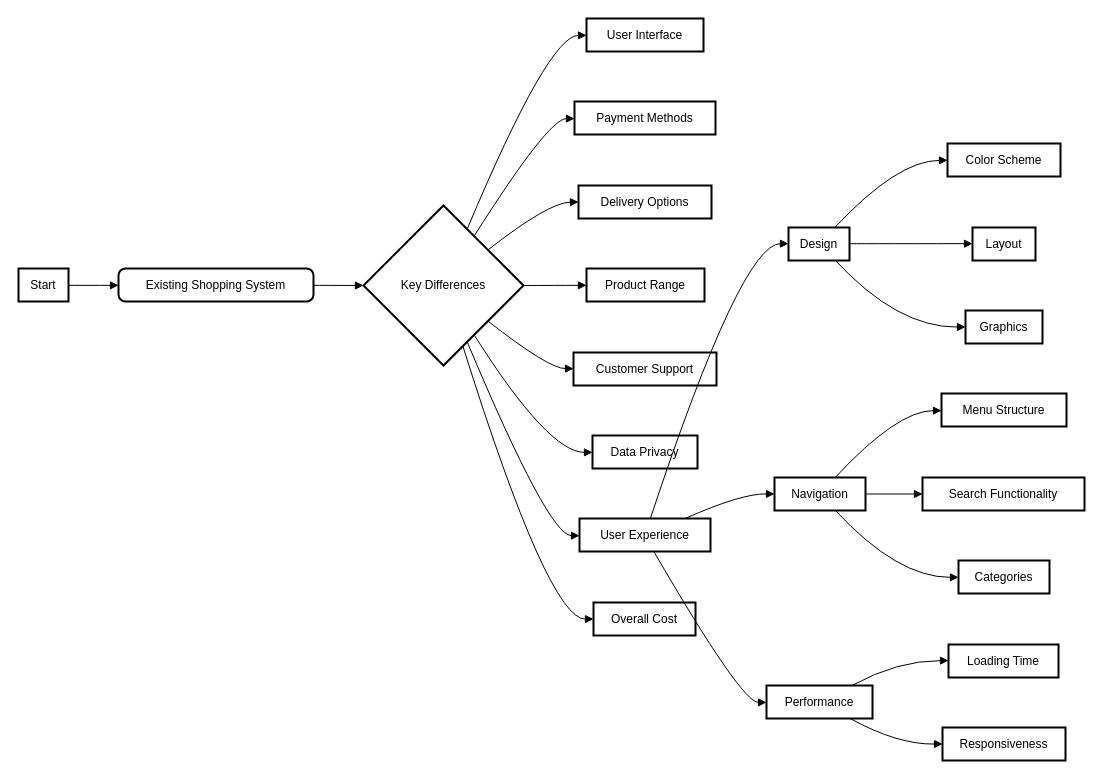
Earlier version of the draw.io diagram Untitled Diagram.drawio (KanishkJagya1/Text-Editor). Source tidied: cells renumbered, new cells numbered last; positions are measured from the earlier drawing's top-left corner, leaving out a move shared by most shapes. Both pictures are drawn from the tidied source at 100%, with x=0, y=0 at pixel (18, 18).
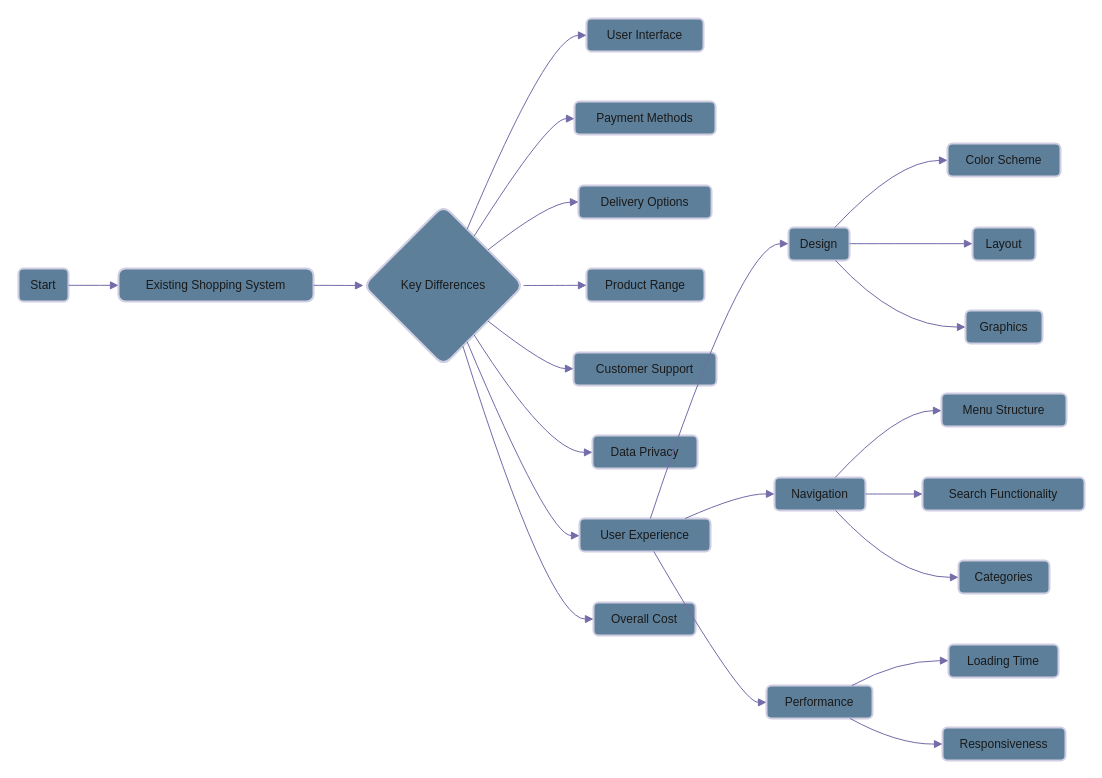
After the change.

Diff of the diagram source:
```diff
@@
-    <mxCell id="2" value="Start" style="whiteSpace=wrap;strokeWidth=2;" parent="1" vertex="1">
+    <mxCell id="2" value="Start" style="whiteSpace=wrap;strokeWidth=2;labelBackgroundColor=none;fillColor=#5D7F99;strokeColor=#D0CEE2;fontColor=#1A1A1A;rounded=1;" parent="1" vertex="1">
       <mxGeometry y="250" width="50" height="33" as="geometry" />
     </mxCell>
-    <mxCell id="3" value="Existing Shopping System" style="rounded=1;absoluteArcSize=1;arcSize=14;whiteSpace=wrap;strokeWidth=2;" parent="1" vertex="1">
+    <mxCell id="3" value="Existing Shopping System" style="rounded=1;absoluteArcSize=1;arcSize=14;whiteSpace=wrap;strokeWidth=2;labelBackgroundColor=none;fillColor=#5D7F99;strokeColor=#D0CEE2;fontColor=#1A1A1A;" parent="1" vertex="1">
       <mxGeometry x="100" y="250" width="195" height="33" as="geometry" />
     </mxCell>
-    <mxCell id="4" value="Key Differences" style="rhombus;strokeWidth=2;whiteSpace=wrap;" parent="1" vertex="1">
+    <mxCell id="4" value="Key Differences" style="rhombus;strokeWidth=2;whiteSpace=wrap;labelBackgroundColor=none;fillColor=#5D7F99;strokeColor=#D0CEE2;fontColor=#1A1A1A;rounded=1;" parent="1" vertex="1">
       <mxGeometry x="345" y="187" width="160" height="160" as="geometry" />
     </mxCell>
-    <mxCell id="5" value="User Interface" style="whiteSpace=wrap;strokeWidth=2;" parent="1" vertex="1">
+    <mxCell id="5" value="User Interface" style="whiteSpace=wrap;strokeWidth=2;labelBackgroundColor=none;fillColor=#5D7F99;strokeColor=#D0CEE2;fontColor=#1A1A1A;rounded=1;" parent="1" vertex="1">
       <mxGeometry x="568" width="117" height="33" as="geometry" />
     </mxCell>
-    <mxCell id="6" value="Payment Methods" style="whiteSpace=wrap;strokeWidth=2;" parent="1" vertex="1">
+    <mxCell id="6" value="Payment Methods" style="whiteSpace=wrap;strokeWidth=2;labelBackgroundColor=none;fillColor=#5D7F99;strokeColor=#D0CEE2;fontColor=#1A1A1A;rounded=1;" parent="1" vertex="1">
       <mxGeometry x="556" y="83" width="141" height="33" as="geometry" />
     </mxCell>
-    <mxCell id="7" value="Delivery Options" style="whiteSpace=wrap;strokeWidth=2;" parent="1" vertex="1">
+    <mxCell id="7" value="Delivery Options" style="whiteSpace=wrap;strokeWidth=2;labelBackgroundColor=none;fillColor=#5D7F99;strokeColor=#D0CEE2;fontColor=#1A1A1A;rounded=1;" parent="1" vertex="1">
       <mxGeometry x="560" y="167" width="133" height="33" as="geometry" />
     </mxCell>
-    <mxCell id="8" value="Product Range" style="whiteSpace=wrap;strokeWidth=2;" parent="1" vertex="1">
+    <mxCell id="8" value="Product Range" style="whiteSpace=wrap;strokeWidth=2;labelBackgroundColor=none;fillColor=#5D7F99;strokeColor=#D0CEE2;fontColor=#1A1A1A;rounded=1;" parent="1" vertex="1">
       <mxGeometry x="568" y="250" width="118" height="33" as="geometry" />
     </mxCell>
-    <mxCell id="9" value="Customer Support" style="whiteSpace=wrap;strokeWidth=2;" parent="1" vertex="1">
+    <mxCell id="9" value="Customer Support" style="whiteSpace=wrap;strokeWidth=2;labelBackgroundColor=none;fillColor=#5D7F99;strokeColor=#D0CEE2;fontColor=#1A1A1A;rounded=1;" parent="1" vertex="1">
       <mxGeometry x="555" y="334" width="143" height="33" as="geometry" />
     </mxCell>
-    <mxCell id="10" value="Data Privacy" style="whiteSpace=wrap;strokeWidth=2;" parent="1" vertex="1">
+    <mxCell id="10" value="Data Privacy" style="whiteSpace=wrap;strokeWidth=2;labelBackgroundColor=none;fillColor=#5D7F99;strokeColor=#D0CEE2;fontColor=#1A1A1A;rounded=1;" parent="1" vertex="1">
       <mxGeometry x="574" y="417" width="105" height="33" as="geometry" />
     </mxCell>
-    <mxCell id="11" value="User Experience" style="whiteSpace=wrap;strokeWidth=2;" parent="1" vertex="1">
+    <mxCell id="11" value="User Experience" style="whiteSpace=wrap;strokeWidth=2;labelBackgroundColor=none;fillColor=#5D7F99;strokeColor=#D0CEE2;fontColor=#1A1A1A;rounded=1;" parent="1" vertex="1">
       <mxGeometry x="561" y="500" width="131" height="33" as="geometry" />
     </mxCell>
-    <mxCell id="12" value="Overall Cost" style="whiteSpace=wrap;strokeWidth=2;" parent="1" vertex="1">
+    <mxCell id="12" value="Overall Cost" style="whiteSpace=wrap;strokeWidth=2;labelBackgroundColor=none;fillColor=#5D7F99;strokeColor=#D0CEE2;fontColor=#1A1A1A;rounded=1;" parent="1" vertex="1">
       <mxGeometry x="575" y="584" width="102" height="33" as="geometry" />
     </mxCell>
-    <mxCell id="13" value="Design" style="whiteSpace=wrap;strokeWidth=2;" parent="1" vertex="1">
+    <mxCell id="13" value="Design" style="whiteSpace=wrap;strokeWidth=2;labelBackgroundColor=none;fillColor=#5D7F99;strokeColor=#D0CEE2;fontColor=#1A1A1A;rounded=1;" parent="1" vertex="1">
       <mxGeometry x="770" y="209" width="61" height="33" as="geometry" />
     </mxCell>
-    <mxCell id="14" value="Navigation" style="whiteSpace=wrap;strokeWidth=2;" parent="1" vertex="1">
+    <mxCell id="14" value="Navigation" style="whiteSpace=wrap;strokeWidth=2;labelBackgroundColor=none;fillColor=#5D7F99;strokeColor=#D0CEE2;fontColor=#1A1A1A;rounded=1;" parent="1" vertex="1">
       <mxGeometry x="756" y="459" width="91" height="33" as="geometry" />
     </mxCell>
-    <mxCell id="15" value="Performance" style="whiteSpace=wrap;strokeWidth=2;" parent="1" vertex="1">
+    <mxCell id="15" value="Performance" style="whiteSpace=wrap;strokeWidth=2;labelBackgroundColor=none;fillColor=#5D7F99;strokeColor=#D0CEE2;fontColor=#1A1A1A;rounded=1;" parent="1" vertex="1">
       <mxGeometry x="748" y="667" width="106" height="33" as="geometry" />
     </mxCell>
-    <mxCell id="16" value="Color Scheme" style="whiteSpace=wrap;strokeWidth=2;" parent="1" vertex="1">
+    <mxCell id="16" value="Color Scheme" style="whiteSpace=wrap;strokeWidth=2;labelBackgroundColor=none;fillColor=#5D7F99;strokeColor=#D0CEE2;fontColor=#1A1A1A;rounded=1;" parent="1" vertex="1">
       <mxGeometry x="929" y="125" width="113" height="33" as="geometry" />
     </mxCell>
-    <mxCell id="17" value="Layout" style="whiteSpace=wrap;strokeWidth=2;" parent="1" vertex="1">
+    <mxCell id="17" value="Layout" style="whiteSpace=wrap;strokeWidth=2;labelBackgroundColor=none;fillColor=#5D7F99;strokeColor=#D0CEE2;fontColor=#1A1A1A;rounded=1;" parent="1" vertex="1">
       <mxGeometry x="954" y="209" width="63" height="33" as="geometry" />
     </mxCell>
-    <mxCell id="18" value="Graphics" style="whiteSpace=wrap;strokeWidth=2;" parent="1" vertex="1">
+    <mxCell id="18" value="Graphics" style="whiteSpace=wrap;strokeWidth=2;labelBackgroundColor=none;fillColor=#5D7F99;strokeColor=#D0CEE2;fontColor=#1A1A1A;rounded=1;" parent="1" vertex="1">
       <mxGeometry x="947" y="292" width="77" height="33" as="geometry" />
     </mxCell>
-    <mxCell id="19" value="Menu Structure" style="whiteSpace=wrap;strokeWidth=2;" parent="1" vertex="1">
+    <mxCell id="19" value="Menu Structure" style="whiteSpace=wrap;strokeWidth=2;labelBackgroundColor=none;fillColor=#5D7F99;strokeColor=#D0CEE2;fontColor=#1A1A1A;rounded=1;" parent="1" vertex="1">
       <mxGeometry x="923" y="375" width="125" height="33" as="geometry" />
     </mxCell>
-    <mxCell id="20" value="Search Functionality" style="whiteSpace=wrap;strokeWidth=2;" parent="1" vertex="1">
+    <mxCell id="20" value="Search Functionality" style="whiteSpace=wrap;strokeWidth=2;labelBackgroundColor=none;fillColor=#5D7F99;strokeColor=#D0CEE2;fontColor=#1A1A1A;rounded=1;" parent="1" vertex="1">
       <mxGeometry x="904" y="459" width="162" height="33" as="geometry" />
     </mxCell>
-    <mxCell id="21" value="Categories" style="whiteSpace=wrap;strokeWidth=2;" parent="1" vertex="1">
+    <mxCell id="21" value="Categories" style="whiteSpace=wrap;strokeWidth=2;labelBackgroundColor=none;fillColor=#5D7F99;strokeColor=#D0CEE2;fontColor=#1A1A1A;rounded=1;" parent="1" vertex="1">
       <mxGeometry x="940" y="542" width="91" height="33" as="geometry" />
     </mxCell>
-    <mxCell id="22" value="Loading Time" style="whiteSpace=wrap;strokeWidth=2;" parent="1" vertex="1">
+    <mxCell id="22" value="Loading Time" style="whiteSpace=wrap;strokeWidth=2;labelBackgroundColor=none;fillColor=#5D7F99;strokeColor=#D0CEE2;fontColor=#1A1A1A;rounded=1;" parent="1" vertex="1">
       <mxGeometry x="930" y="626" width="110" height="33" as="geometry" />
     </mxCell>
-    <mxCell id="23" value="Responsiveness" style="whiteSpace=wrap;strokeWidth=2;" parent="1" vertex="1">
+    <mxCell id="23" value="Responsiveness" style="whiteSpace=wrap;strokeWidth=2;labelBackgroundColor=none;fillColor=#5D7F99;strokeColor=#D0CEE2;fontColor=#1A1A1A;rounded=1;" parent="1" vertex="1">
       <mxGeometry x="924" y="709" width="123" height="33" as="geometry" />
     </mxCell>
-    <mxCell id="24" style="curved=1;startArrow=none;endArrow=block;exitX=1;exitY=0.51;entryX=0;entryY=0.51;" parent="1" edge="1" source="2" target="3">
+    <mxCell id="24" style="curved=1;startArrow=none;endArrow=block;exitX=1;exitY=0.51;entryX=0;entryY=0.51;labelBackgroundColor=none;strokeColor=#736CA8;fontColor=default;" parent="1" edge="1" source="2" target="3">
       <mxGeometry relative="1" as="geometry" />
     </mxCell>
-    <mxCell id="25" style="curved=1;startArrow=none;endArrow=block;exitX=1;exitY=0.51;entryX=0;entryY=0.5;" parent="1" edge="1" source="3" target="4">
+    <mxCell id="25" style="curved=1;startArrow=none;endArrow=block;exitX=1;exitY=0.51;entryX=0;entryY=0.5;labelBackgroundColor=none;strokeColor=#736CA8;fontColor=default;" parent="1" edge="1" source="3" target="4">
       <mxGeometry relative="1" as="geometry" />
     </mxCell>
-    <mxCell id="26" style="curved=1;startArrow=none;endArrow=block;exitX=0.71;exitY=0;entryX=0;entryY=0.51;" parent="1" edge="1" source="4" target="5">
+    <mxCell id="26" style="curved=1;startArrow=none;endArrow=block;exitX=0.71;exitY=0;entryX=0;entryY=0.51;labelBackgroundColor=none;strokeColor=#736CA8;fontColor=default;" parent="1" edge="1" source="4" target="5">
       <mxGeometry relative="1" as="geometry">
         <Array as="points">
           <mxPoint x="530" y="17" />
         </Array>
       </mxGeometry>
     </mxCell>
-    <mxCell id="27" style="curved=1;startArrow=none;endArrow=block;exitX=0.81;exitY=0;entryX=0;entryY=0.52;" parent="1" edge="1" source="4" target="6">
+    <mxCell id="27" style="curved=1;startArrow=none;endArrow=block;exitX=0.81;exitY=0;entryX=0;entryY=0.52;labelBackgroundColor=none;strokeColor=#736CA8;fontColor=default;" parent="1" edge="1" source="4" target="6">
       <mxGeometry relative="1" as="geometry">
         <Array as="points">
           <mxPoint x="530" y="100" />
         </Array>
       </mxGeometry>
     </mxCell>
-    <mxCell id="28" style="curved=1;startArrow=none;endArrow=block;exitX=1;exitY=0.1;entryX=0;entryY=0.5;" parent="1" edge="1" source="4" target="7">
+    <mxCell id="28" style="curved=1;startArrow=none;endArrow=block;exitX=1;exitY=0.1;entryX=0;entryY=0.5;labelBackgroundColor=none;strokeColor=#736CA8;fontColor=default;" parent="1" edge="1" source="4" target="7">
       <mxGeometry relative="1" as="geometry">
         <Array as="points">
           <mxPoint x="530" y="184" />
         </Array>
       </mxGeometry>
     </mxCell>
-    <mxCell id="29" style="curved=1;startArrow=none;endArrow=block;exitX=1;exitY=0.5;entryX=0;entryY=0.51;" parent="1" edge="1" source="4" target="8">
+    <mxCell id="29" style="curved=1;startArrow=none;endArrow=block;exitX=1;exitY=0.5;entryX=0;entryY=0.51;labelBackgroundColor=none;strokeColor=#736CA8;fontColor=default;" parent="1" edge="1" source="4" target="8">
       <mxGeometry relative="1" as="geometry" />
     </mxCell>
-    <mxCell id="30" style="curved=1;startArrow=none;endArrow=block;exitX=1;exitY=0.9;entryX=0;entryY=0.49;" parent="1" edge="1" source="4" target="9">
+    <mxCell id="30" style="curved=1;startArrow=none;endArrow=block;exitX=1;exitY=0.9;entryX=0;entryY=0.49;labelBackgroundColor=none;strokeColor=#736CA8;fontColor=default;" parent="1" edge="1" source="4" target="9">
       <mxGeometry relative="1" as="geometry">
         <Array as="points">
           <mxPoint x="530" y="350" />
         </Array>
       </mxGeometry>
     </mxCell>
-    <mxCell id="31" style="curved=1;startArrow=none;endArrow=block;exitX=0.81;exitY=1;entryX=0;entryY=0.51;" parent="1" edge="1" source="4" target="10">
+    <mxCell id="31" style="curved=1;startArrow=none;endArrow=block;exitX=0.81;exitY=1;entryX=0;entryY=0.51;labelBackgroundColor=none;strokeColor=#736CA8;fontColor=default;" parent="1" edge="1" source="4" target="10">
       <mxGeometry relative="1" as="geometry">
         <Array as="points">
           <mxPoint x="530" y="434" />
         </Array>
       </mxGeometry>
     </mxCell>
-    <mxCell id="32" style="curved=1;startArrow=none;endArrow=block;exitX=0.71;exitY=1;entryX=0;entryY=0.52;" parent="1" edge="1" source="4" target="11">
+    <mxCell id="32" style="curved=1;startArrow=none;endArrow=block;exitX=0.71;exitY=1;entryX=0;entryY=0.52;labelBackgroundColor=none;strokeColor=#736CA8;fontColor=default;" parent="1" edge="1" source="4" target="11">
       <mxGeometry relative="1" as="geometry">
         <Array as="points">
           <mxPoint x="530" y="517" />
         </Array>
       </mxGeometry>
     </mxCell>
-    <mxCell id="33" style="curved=1;startArrow=none;endArrow=block;exitX=0.66;exitY=1;entryX=0;entryY=0.5;" parent="1" edge="1" source="4" target="12">
+    <mxCell id="33" style="curved=1;startArrow=none;endArrow=block;exitX=0.66;exitY=1;entryX=0;entryY=0.5;labelBackgroundColor=none;strokeColor=#736CA8;fontColor=default;" parent="1" edge="1" source="4" target="12">
       <mxGeometry relative="1" as="geometry">
         <Array as="points">
           <mxPoint x="530" y="601" />
         </Array>
       </mxGeometry>
     </mxCell>
-    <mxCell id="34" style="curved=1;startArrow=none;endArrow=block;exitX=0.54;exitY=0.01;entryX=0.01;entryY=0.49;" parent="1" edge="1" source="11" target="13">
+    <mxCell id="34" style="curved=1;startArrow=none;endArrow=block;exitX=0.54;exitY=0.01;entryX=0.01;entryY=0.49;labelBackgroundColor=none;strokeColor=#736CA8;fontColor=default;" parent="1" edge="1" source="11" target="13">
       <mxGeometry relative="1" as="geometry">
         <Array as="points">
           <mxPoint x="723" y="225" />
         </Array>
       </mxGeometry>
     </mxCell>
-    <mxCell id="35" style="curved=1;startArrow=none;endArrow=block;exitX=0.8;exitY=0.01;entryX=0;entryY=0.5;" parent="1" edge="1" source="11" target="14">
+    <mxCell id="35" style="curved=1;startArrow=none;endArrow=block;exitX=0.8;exitY=0.01;entryX=0;entryY=0.5;labelBackgroundColor=none;strokeColor=#736CA8;fontColor=default;" parent="1" edge="1" source="11" target="14">
       <mxGeometry relative="1" as="geometry">
         <Array as="points">
           <mxPoint x="723" y="475" />
         </Array>
       </mxGeometry>
     </mxCell>
-    <mxCell id="36" style="curved=1;startArrow=none;endArrow=block;exitX=0.57;exitY=1.02;entryX=0;entryY=0.51;" parent="1" edge="1" source="11" target="15">
+    <mxCell id="36" style="curved=1;startArrow=none;endArrow=block;exitX=0.57;exitY=1.02;entryX=0;entryY=0.51;labelBackgroundColor=none;strokeColor=#736CA8;fontColor=default;" parent="1" edge="1" source="11" target="15">
       <mxGeometry relative="1" as="geometry">
         <Array as="points">
           <mxPoint x="723" y="684" />
         </Array>
       </mxGeometry>
     </mxCell>
-    <mxCell id="37" style="curved=1;startArrow=none;endArrow=block;exitX=0.77;exitY=-0.02;entryX=0;entryY=0.51;" parent="1" edge="1" source="13" target="16">
+    <mxCell id="37" style="curved=1;startArrow=none;endArrow=block;exitX=0.77;exitY=-0.02;entryX=0;entryY=0.51;labelBackgroundColor=none;strokeColor=#736CA8;fontColor=default;" parent="1" edge="1" source="13" target="16">
       <mxGeometry relative="1" as="geometry">
         <Array as="points">
           <mxPoint x="879" y="142" />
         </Array>
       </mxGeometry>
     </mxCell>
-    <mxCell id="38" style="curved=1;startArrow=none;endArrow=block;exitX=1.01;exitY=0.49;entryX=0;entryY=0.49;" parent="1" edge="1" source="13" target="17">
+    <mxCell id="38" style="curved=1;startArrow=none;endArrow=block;exitX=1.01;exitY=0.49;entryX=0;entryY=0.49;labelBackgroundColor=none;strokeColor=#736CA8;fontColor=default;" parent="1" edge="1" source="13" target="17">
       <mxGeometry relative="1" as="geometry" />
     </mxCell>
-    <mxCell id="39" style="curved=1;startArrow=none;endArrow=block;exitX=0.77;exitY=1;entryX=0;entryY=0.5;" parent="1" edge="1" source="13" target="18">
+    <mxCell id="39" style="curved=1;startArrow=none;endArrow=block;exitX=0.77;exitY=1;entryX=0;entryY=0.5;labelBackgroundColor=none;strokeColor=#736CA8;fontColor=default;" parent="1" edge="1" source="13" target="18">
       <mxGeometry relative="1" as="geometry">
         <Array as="points">
           <mxPoint x="879" y="309" />
         </Array>
       </mxGeometry>
     </mxCell>
-    <mxCell id="40" style="curved=1;startArrow=none;endArrow=block;exitX=0.67;exitY=-0.01;entryX=0;entryY=0.52;" parent="1" edge="1" source="14" target="19">
+    <mxCell id="40" style="curved=1;startArrow=none;endArrow=block;exitX=0.67;exitY=-0.01;entryX=0;entryY=0.52;labelBackgroundColor=none;strokeColor=#736CA8;fontColor=default;" parent="1" edge="1" source="14" target="19">
       <mxGeometry relative="1" as="geometry">
         <Array as="points">
           <mxPoint x="879" y="392" />
         </Array>
       </mxGeometry>
     </mxCell>
-    <mxCell id="41" style="curved=1;startArrow=none;endArrow=block;exitX=0.99;exitY=0.5;entryX=0;entryY=0.5;" parent="1" edge="1" source="14" target="20">
+    <mxCell id="41" style="curved=1;startArrow=none;endArrow=block;exitX=0.99;exitY=0.5;entryX=0;entryY=0.5;labelBackgroundColor=none;strokeColor=#736CA8;fontColor=default;" parent="1" edge="1" source="14" target="20">
       <mxGeometry relative="1" as="geometry" />
     </mxCell>
-    <mxCell id="42" style="curved=1;startArrow=none;endArrow=block;exitX=0.67;exitY=1;entryX=0;entryY=0.51;" parent="1" edge="1" source="14" target="21">
+    <mxCell id="42" style="curved=1;startArrow=none;endArrow=block;exitX=0.67;exitY=1;entryX=0;entryY=0.51;labelBackgroundColor=none;strokeColor=#736CA8;fontColor=default;" parent="1" edge="1" source="14" target="21">
       <mxGeometry relative="1" as="geometry">
         <Array as="points">
           <mxPoint x="879" y="559" />
         </Array>
       </mxGeometry>
     </mxCell>
-    <mxCell id="43" style="curved=1;startArrow=none;endArrow=block;exitX=0.8;exitY=0.01;entryX=0;entryY=0.49;" parent="1" edge="1" source="15" target="22">
+    <mxCell id="43" style="curved=1;startArrow=none;endArrow=block;exitX=0.8;exitY=0.01;entryX=0;entryY=0.49;labelBackgroundColor=none;strokeColor=#736CA8;fontColor=default;" parent="1" edge="1" source="15" target="22">
       <mxGeometry relative="1" as="geometry">
         <Array as="points">
           <mxPoint x="879" y="642" />
         </Array>
       </mxGeometry>
     </mxCell>
-    <mxCell id="44" style="curved=1;startArrow=none;endArrow=block;exitX=0.8;exitY=1.02;entryX=0;entryY=0.5;" parent="1" edge="1" source="15" target="23">
+    <mxCell id="44" style="curved=1;startArrow=none;endArrow=block;exitX=0.8;exitY=1.02;entryX=0;entryY=0.5;labelBackgroundColor=none;strokeColor=#736CA8;fontColor=default;" parent="1" edge="1" source="15" target="23">
       <mxGeometry relative="1" as="geometry">
         <Array as="points">
           <mxPoint x="879" y="726" />
         </Array>
       </mxGeometry>
     </mxCell>
```
